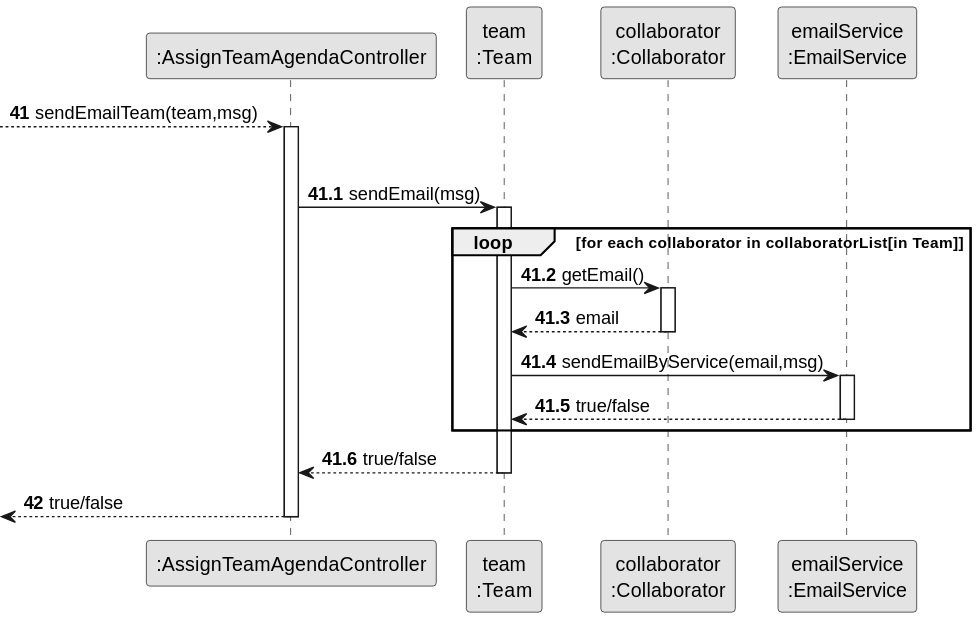
Departamento-de-Engenharia-Informatica/lei-24-s2-1db-g022 keeps this PlantUML diagram as docs/sprint3/us23/03.design/svg/us23-partial-sequence-diagram-send-email.svg. Above is the earlier version.
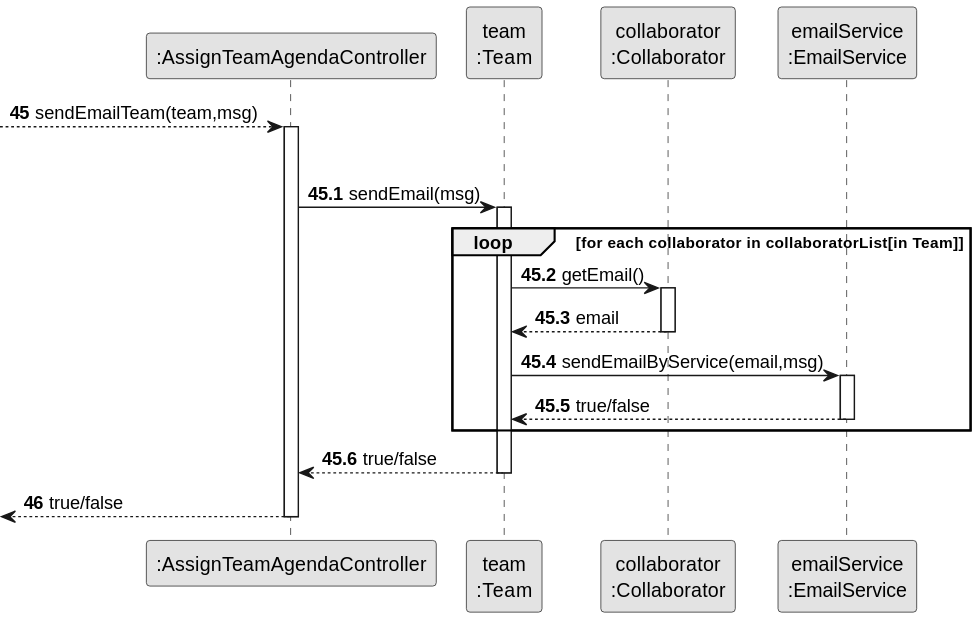
The same diagram one commit later.

What changed in the source:
```diff
@@ -8,11 +8,11 @@
 participant "collaborator\n:Collaborator" as COL
 participant "emailService\n:EmailService" as SERVICE
 
-autonumber 41
+autonumber 45
 
 --> CTRL : sendEmailTeam(team,msg)
 
-autonumber 41.1
+autonumber 45.1
 
 activate CTRL
 
@@ -47,7 +47,7 @@
 
 deactivate TEAM
 
-autonumber 42
+autonumber 46
 
 <--CTRL : true/false
 
```
